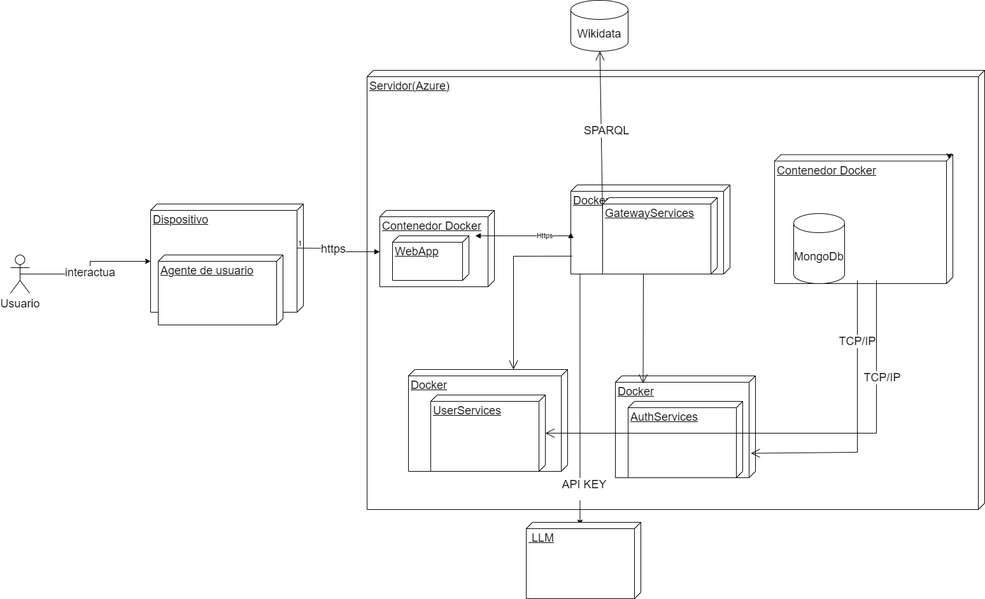
Earlier version of the draw.io export docs/images/07-diagramaDespliegue.png (Arquisoft/wichat_es5a). Source tidied: cells renumbered, new cells last; positions are measured from the earlier drawing's top-left corner, leaving out a move shared by most shapes.
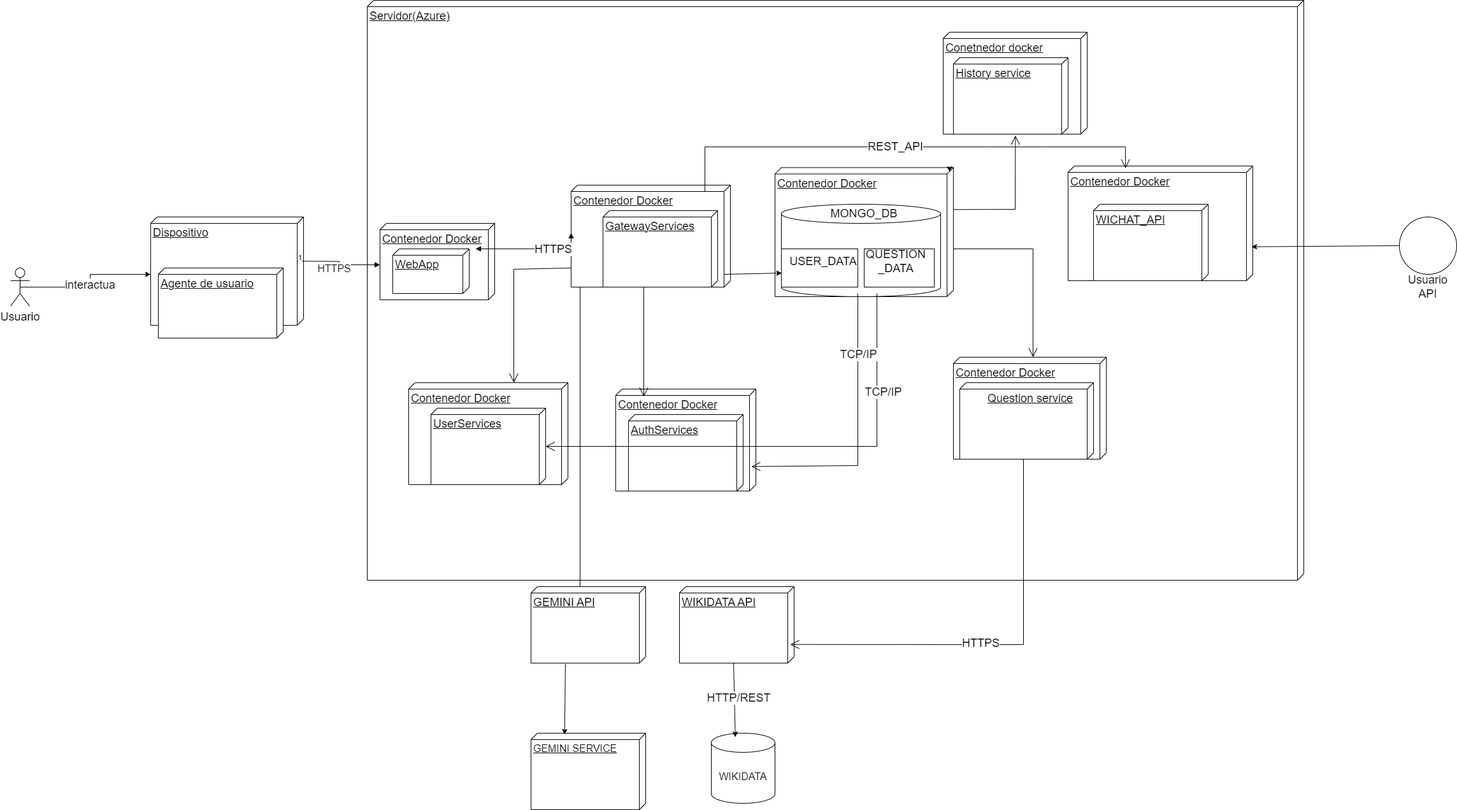
Later version of the same file.

Commit message:
Se ha cambiado el idioma del titulo a español y se han añadido los servicios WiChat API,Wikidata API,Question Service y se distingue entre USER_DATA y QUESTION_DATA en la base de datos.

What changed in the source:
```diff
@@ -14,10 +14,10 @@
     <mxCell id="5" value="&lt;font style=&quot;font-size: 18px;&quot;&gt;interactua&lt;/font&gt;" style="edgeStyle=orthogonalEdgeStyle;rounded=0;jettySize=auto;html=1;exitX=0.5;exitY=0.5;exitDx=0;exitDy=0;exitPerimeter=0;entryX=0;entryY=0;entryDx=90;entryDy=240;entryPerimeter=0;" parent="1" edge="1" source="2" target="3">
       <mxGeometry relative="1" as="geometry" />
     </mxCell>
-    <mxCell id="6" value="&lt;font style=&quot;font-size: 18px;&quot;&gt;Servidor(Azure)&lt;/font&gt;" style="verticalAlign=top;align=left;spacingTop=8;spacingLeft=2;spacingRight=12;shape=cube;size=10;direction=south;fontStyle=4;html=1;whiteSpace=wrap;" parent="1" vertex="1">
-      <mxGeometry x="560" y="110" width="970" height="690" as="geometry" />
+    <mxCell id="6" value="&lt;font style=&quot;font-size: 18px;&quot;&gt;Servidor(Azure)&lt;/font&gt;" style="verticalAlign=top;align=left;spacingTop=8;spacingLeft=2;spacingRight=12;shape=cube;size=10;direction=south;fontStyle=4;html=1;whiteSpace=wrap;fontSize=16;fontFamily=Helvetica;" parent="1" vertex="1">
+      <mxGeometry x="560" y="-20" width="1470" height="910" as="geometry" />
     </mxCell>
-    <mxCell id="7" value="&lt;font style=&quot;font-size: 18px;&quot;&gt;Contenedor Docker&lt;/font&gt;" style="verticalAlign=top;align=left;spacingTop=8;spacingLeft=2;spacingRight=12;shape=cube;size=10;direction=south;fontStyle=4;html=1;whiteSpace=wrap;" parent="1" vertex="1">
+    <mxCell id="7" value="&lt;font style=&quot;font-size: 18px;&quot;&gt;Contenedor &lt;/font&gt;&lt;font style=&quot;font-size: 18px;&quot;&gt;Docker&lt;/font&gt;" style="verticalAlign=top;align=left;spacingTop=8;spacingLeft=2;spacingRight=12;shape=cube;size=10;direction=south;fontStyle=4;html=1;whiteSpace=wrap;" parent="1" vertex="1">
       <mxGeometry x="580" y="330" width="180" height="120" as="geometry" />
     </mxCell>
     <mxCell id="8" value="&lt;font style=&quot;font-size: 18px;&quot;&gt;Contenedor Docker&lt;/font&gt;" style="verticalAlign=top;align=left;spacingTop=8;spacingLeft=2;spacingRight=12;shape=cube;size=10;direction=south;fontStyle=4;html=1;whiteSpace=wrap;" parent="1" vertex="1">
@@ -30,7 +30,7 @@
         </Array>
       </mxGeometry>
     </mxCell>
-    <mxCell id="10" value="&lt;font style=&quot;font-size: 18px;&quot;&gt;API KEY&lt;/font&gt;&lt;div&gt;&lt;br&gt;&lt;/div&gt;" style="edgeLabel;html=1;align=center;verticalAlign=middle;" parent="9" vertex="1">
+    <mxCell id="10" value="&lt;div&gt;&lt;br&gt;&lt;/div&gt;" style="edgeLabel;html=1;align=center;verticalAlign=middle;" parent="9" vertex="1">
       <mxGeometry x="0.54" y="-1" relative="1" as="geometry">
         <mxPoint x="7" y="106" as="offset" />
       </mxGeometry>
@@ -38,12 +38,9 @@
     <mxCell id="11" style="edgeStyle=orthogonalEdgeStyle;rounded=0;orthogonalLoop=1;jettySize=auto;html=1;exitX=0;exitY=0;exitDx=0;exitDy=0;exitPerimeter=0;entryX=0.033;entryY=0.021;entryDx=0;entryDy=0;entryPerimeter=0;" parent="1" edge="1" source="8" target="8">
       <mxGeometry relative="1" as="geometry" />
     </mxCell>
-    <mxCell id="12" value="&lt;font style=&quot;font-size: 18px;&quot;&gt;&amp;nbsp;LLM&lt;/font&gt;" style="verticalAlign=top;align=left;spacingTop=8;spacingLeft=2;spacingRight=12;shape=cube;size=10;direction=south;fontStyle=4;html=1;whiteSpace=wrap;" parent="1" vertex="1">
-      <mxGeometry x="810" y="820" width="180" height="120" as="geometry" />
+    <mxCell id="12" value="&lt;font style=&quot;font-size: 18px;&quot;&gt;GEMINI API&lt;/font&gt;" style="verticalAlign=top;align=left;spacingTop=8;spacingLeft=2;spacingRight=12;shape=cube;size=10;direction=south;fontStyle=4;html=1;whiteSpace=wrap;" parent="1" vertex="1">
+      <mxGeometry x="817" y="900" width="180" height="120" as="geometry" />
     </mxCell>
-    <mxCell id="13" value="&lt;font style=&quot;font-size: 18px;&quot;&gt;Wikidata&lt;/font&gt;" style="shape=cylinder3;whiteSpace=wrap;html=1;boundedLbl=1;backgroundOutline=1;size=15;" parent="1" vertex="1">
-      <mxGeometry x="880" width="90" height="80" as="geometry" />
-    </mxCell>
     <mxCell id="14" style="endArrow=block;endFill=1;html=1;edgeStyle=orthogonalEdgeStyle;align=left;verticalAlign=top;rounded=0;entryX=0;entryY=0;entryDx=65;entryDy=180;entryPerimeter=0;" parent="1" edge="1" target="7">
       <mxGeometry x="-1" relative="1" as="geometry">
         <mxPoint x="450" y="389.3" as="sourcePoint" />
@@ -52,25 +49,25 @@
     <mxCell id="15" value="1" style="edgeLabel;html=1;align=left;verticalAlign=bottom;" parent="14" vertex="1">
       <mxGeometry x="-1" relative="1" as="geometry" />
     </mxCell>
-    <mxCell id="16" value="&lt;font style=&quot;font-size: 18px;&quot;&gt;https&lt;/font&gt;&lt;div&gt;&lt;font size=&quot;3&quot;&gt;&lt;br&gt;&lt;/font&gt;&lt;/div&gt;" style="edgeLabel;html=1;align=center;verticalAlign=middle;" parent="14" vertex="1">
+    <mxCell id="16" value="&lt;div&gt;&lt;font size=&quot;3&quot;&gt;HTTPS&lt;/font&gt;&lt;/div&gt;" style="edgeLabel;html=1;align=center;verticalAlign=middle;" parent="14" vertex="1">
       <mxGeometry x="-0.17" y="2" relative="1" as="geometry">
         <mxPoint y="12" as="offset" />
       </mxGeometry>
     </mxCell>
-    <mxCell id="17" value="&lt;font style=&quot;font-size: 18px;&quot;&gt;MongoDb&lt;/font&gt;" style="shape=cylinder3;whiteSpace=wrap;html=1;boundedLbl=1;backgroundOutline=1;size=15;" parent="1" vertex="1">
-      <mxGeometry x="1230" y="335" width="80" height="110" as="geometry" />
+    <mxCell id="17" style="shape=cylinder3;whiteSpace=wrap;html=1;boundedLbl=1;backgroundOutline=1;size=15;" parent="1" vertex="1">
+      <mxGeometry x="1210" y="300" width="250" height="145" as="geometry" />
     </mxCell>
     <mxCell id="18" value="&lt;font style=&quot;font-size: 18px;&quot;&gt;WebApp&lt;/font&gt;" style="verticalAlign=top;align=left;spacingTop=8;spacingLeft=2;spacingRight=12;shape=cube;size=10;direction=south;fontStyle=4;html=1;whiteSpace=wrap;" parent="1" vertex="1">
       <mxGeometry x="600" y="370" width="120" height="70" as="geometry" />
     </mxCell>
-    <mxCell id="19" value="&lt;font style=&quot;font-size: 18px;&quot;&gt;Docker&lt;/font&gt;" style="verticalAlign=top;align=left;spacingTop=8;spacingLeft=2;spacingRight=12;shape=cube;size=10;direction=south;fontStyle=4;html=1;whiteSpace=wrap;" parent="1" vertex="1">
+    <mxCell id="19" value="&lt;font style=&quot;font-size: 18px;&quot;&gt;Contenedor Docker&lt;/font&gt;" style="verticalAlign=top;align=left;spacingTop=8;spacingLeft=2;spacingRight=12;shape=cube;size=10;direction=south;fontStyle=4;html=1;whiteSpace=wrap;" parent="1" vertex="1">
       <mxGeometry x="625" y="580" width="250" height="160" as="geometry" />
     </mxCell>
-    <mxCell id="20" value="&lt;font style=&quot;font-size: 18px;&quot;&gt;Docker&lt;/font&gt;" style="verticalAlign=top;align=left;spacingTop=8;spacingLeft=2;spacingRight=12;shape=cube;size=10;direction=south;fontStyle=4;html=1;whiteSpace=wrap;" parent="1" vertex="1">
+    <mxCell id="20" value="&lt;font style=&quot;font-size: 18px;&quot;&gt;Contenedor Docker&lt;/font&gt;" style="verticalAlign=top;align=left;spacingTop=8;spacingLeft=2;spacingRight=12;shape=cube;size=10;direction=south;fontStyle=4;html=1;whiteSpace=wrap;" parent="1" vertex="1">
       <mxGeometry x="950" y="590" width="220" height="160" as="geometry" />
     </mxCell>
-    <mxCell id="21" value="&lt;font style=&quot;font-size: 18px;&quot;&gt;Docker&lt;/font&gt;" style="verticalAlign=top;align=left;spacingTop=8;spacingLeft=2;spacingRight=12;shape=cube;size=10;direction=south;fontStyle=4;html=1;whiteSpace=wrap;" parent="1" vertex="1">
-      <mxGeometry x="880" y="290" width="250" height="140" as="geometry" />
+    <mxCell id="21" value="&lt;span style=&quot;font-size: 18px;&quot;&gt;Contenedor Docker&lt;/span&gt;" style="verticalAlign=top;align=left;spacingTop=8;spacingLeft=2;spacingRight=12;shape=cube;size=10;direction=south;fontStyle=4;html=1;whiteSpace=wrap;" parent="1" vertex="1">
+      <mxGeometry x="880" y="270" width="250" height="160" as="geometry" />
     </mxCell>
     <mxCell id="22" style="endArrow=block;startArrow=block;endFill=1;startFill=1;html=1;rounded=0;entryX=0;entryY=0;entryDx=75;entryDy=250.00000000000003;entryPerimeter=0;" parent="1" edge="1" target="21">
       <mxGeometry relative="1" as="geometry">
@@ -80,30 +77,24 @@
         </Array>
       </mxGeometry>
     </mxCell>
-    <mxCell id="23" value="Https" style="edgeLabel;html=1;align=center;verticalAlign=middle;" parent="22" vertex="1">
+    <mxCell id="23" value="&lt;font style=&quot;font-size: 18px;&quot;&gt;HTTPS&lt;/font&gt;" style="edgeLabel;html=1;align=center;verticalAlign=middle;" parent="22" vertex="1">
       <mxGeometry x="0.39" relative="1" as="geometry">
         <mxPoint y="-1" as="offset" />
       </mxGeometry>
     </mxCell>
-    <mxCell id="24" style="endArrow=open;endFill=1;endSize=12;html=1;rounded=0;exitX=0.799;exitY=0.992;exitDx=0;exitDy=0;exitPerimeter=0;" parent="1" edge="1" source="21">
+    <mxCell id="24" style="endArrow=open;endFill=1;endSize=12;html=1;rounded=0;" parent="1" edge="1">
       <mxGeometry relative="1" as="geometry">
+        <mxPoint x="880" y="400" as="sourcePoint" />
         <mxPoint x="790" y="580" as="targetPoint" />
         <Array as="points">
           <mxPoint x="790" y="402" />
         </Array>
       </mxGeometry>
     </mxCell>
-    <mxCell id="25" style="endArrow=open;endFill=1;endSize=12;html=1;rounded=0;" parent="1" edge="1" target="13">
-      <mxGeometry relative="1" as="geometry">
-        <mxPoint x="930" y="340" as="sourcePoint" />
-      </mxGeometry>
-    </mxCell>
-    <mxCell id="26" value="&lt;font style=&quot;font-size: 18px;&quot;&gt;SPARQL&lt;/font&gt;" style="edgeLabel;html=1;align=center;verticalAlign=middle;" parent="25" vertex="1">
-      <mxGeometry x="0.05" y="-7" relative="1" as="geometry" />
-    </mxCell>
-    <mxCell id="27" style="endArrow=open;endFill=1;endSize=12;html=1;rounded=0;entryX=0.073;entryY=0.802;entryDx=0;entryDy=0;entryPerimeter=0;" parent="1" edge="1" target="20">
+    <mxCell id="27" style="endArrow=open;endFill=1;endSize=12;html=1;rounded=0;" parent="1" edge="1">
       <mxGeometry relative="1" as="geometry">
         <mxPoint x="994" y="420" as="sourcePoint" />
+        <mxPoint x="994" y="602" as="targetPoint" />
       </mxGeometry>
     </mxCell>
     <mxCell id="28" value="&lt;font style=&quot;font-size: 18px;&quot;&gt;GatewayServices&lt;/font&gt;" style="verticalAlign=top;align=left;spacingTop=8;spacingLeft=2;spacingRight=12;shape=cube;size=10;direction=south;fontStyle=4;html=1;whiteSpace=wrap;" parent="1" vertex="1">
@@ -139,5 +130,113 @@
         <mxPoint y="1" as="offset" />
       </mxGeometry>
     </mxCell>
+    <mxCell id="35" value="&lt;div&gt;&lt;font style=&quot;font-size: 18px;&quot;&gt;Contenedor Docker&lt;/font&gt;&lt;/div&gt;" style="verticalAlign=top;align=left;spacingTop=8;spacingLeft=2;spacingRight=12;shape=cube;size=10;direction=south;fontStyle=4;html=1;whiteSpace=wrap;" parent="1" vertex="1">
+      <mxGeometry x="1480" y="540" width="240" height="160" as="geometry" />
+    </mxCell>
+    <mxCell id="36" value="&lt;blockquote style=&quot;margin: 0 0 0 40px; border: none; padding: 0px;&quot;&gt;&lt;font style=&quot;font-size: 18px;&quot;&gt;Question service&lt;/font&gt;&lt;/blockquote&gt;" style="verticalAlign=top;align=left;spacingTop=8;spacingLeft=2;spacingRight=12;shape=cube;size=10;direction=south;fontStyle=4;html=1;whiteSpace=wrap;" parent="1" vertex="1">
+      <mxGeometry x="1490" y="580" width="210" height="120" as="geometry" />
+    </mxCell>
+    <mxCell id="37" value="&lt;font style=&quot;font-size: 18px;&quot;&gt;Conetnedor docker&lt;/font&gt;" style="verticalAlign=top;align=left;spacingTop=8;spacingLeft=2;spacingRight=12;shape=cube;size=10;direction=south;fontStyle=4;html=1;whiteSpace=wrap;" parent="1" vertex="1">
+      <mxGeometry x="1464" y="30" width="226" height="160" as="geometry" />
+    </mxCell>
+    <mxCell id="38" value="&lt;font style=&quot;font-size: 18px;&quot;&gt;History service&lt;/font&gt;" style="verticalAlign=top;align=left;spacingTop=8;spacingLeft=2;spacingRight=12;shape=cube;size=10;direction=south;fontStyle=4;html=1;whiteSpace=wrap;" parent="1" vertex="1">
+      <mxGeometry x="1480" y="70" width="180" height="120" as="geometry" />
+    </mxCell>
+    <mxCell id="39" style="endArrow=open;endFill=1;endSize=12;html=1;rounded=0;entryX=1.019;entryY=0.459;entryDx=0;entryDy=0;entryPerimeter=0;" parent="1" edge="1" target="38">
+      <mxGeometry relative="1" as="geometry">
+        <mxPoint x="1480" y="308.3" as="sourcePoint" />
+        <Array as="points">
+          <mxPoint x="1577" y="308" />
+        </Array>
+      </mxGeometry>
+    </mxCell>
+    <mxCell id="40" style="endArrow=open;endFill=1;endSize=12;html=1;rounded=0;entryX=0;entryY=0;entryDx=0;entryDy=115;entryPerimeter=0;" parent="1" edge="1" target="35">
+      <mxGeometry relative="1" as="geometry">
+        <mxPoint x="1480" y="370" as="sourcePoint" />
+        <Array as="points">
+          <mxPoint x="1605" y="370" />
+        </Array>
+      </mxGeometry>
+    </mxCell>
+    <mxCell id="41" value="&lt;font style=&quot;font-size: 18px;&quot;&gt;Contenedor Docker&lt;/font&gt;" style="verticalAlign=top;align=left;spacingTop=8;spacingLeft=2;spacingRight=12;shape=cube;size=10;direction=south;fontStyle=4;html=1;whiteSpace=wrap;" parent="1" vertex="1">
+      <mxGeometry x="1660" y="240" width="290" height="180" as="geometry" />
+    </mxCell>
+    <mxCell id="42" value="&lt;font style=&quot;font-size: 18px;&quot;&gt;WICHAT_API&lt;/font&gt;" style="verticalAlign=top;align=left;spacingTop=8;spacingLeft=2;spacingRight=12;shape=cube;size=10;direction=south;fontStyle=4;html=1;whiteSpace=wrap;" parent="1" vertex="1">
+      <mxGeometry x="1700" y="300" width="180" height="120" as="geometry" />
+    </mxCell>
+    <mxCell id="43" style="ellipse;whiteSpace=wrap;html=1;" parent="1" vertex="1">
+      <mxGeometry x="2180" y="320" width="90" height="90" as="geometry" />
+    </mxCell>
+    <mxCell id="44" value="&lt;font style=&quot;font-size: 18px;&quot;&gt;Usuario API&lt;/font&gt;" style="text;html=1;align=center;verticalAlign=middle;whiteSpace=wrap;rounded=0;" parent="1" vertex="1">
+      <mxGeometry x="2195" y="415" width="60" height="30" as="geometry" />
+    </mxCell>
+    <mxCell id="45" style="endArrow=classic;html=1;rounded=0;entryX=0.704;entryY=0.007;entryDx=0;entryDy=0;entryPerimeter=0;exitX=0;exitY=0.5;exitDx=0;exitDy=0;" parent="1" edge="1" source="43" target="41">
+      <mxGeometry relative="1" as="geometry" />
+    </mxCell>
+    <mxCell id="46" value="&lt;font style=&quot;font-size: 18px;&quot;&gt;MONGO_DB&lt;/font&gt;" style="text;html=1;align=center;verticalAlign=middle;whiteSpace=wrap;rounded=0;" parent="1" vertex="1">
+      <mxGeometry x="1310" y="300" width="60" height="30" as="geometry" />
+    </mxCell>
+    <mxCell id="47" style="rounded=0;whiteSpace=wrap;html=1;" parent="1" vertex="1">
+      <mxGeometry x="1210" y="370" width="120" height="60" as="geometry" />
+    </mxCell>
+    <mxCell id="48" value="&lt;font style=&quot;font-size: 18px;&quot;&gt;USER_DATA&lt;/font&gt;" style="text;html=1;align=center;verticalAlign=middle;whiteSpace=wrap;rounded=0;" parent="1" vertex="1">
+      <mxGeometry x="1250" y="375" width="52" height="30" as="geometry" />
+    </mxCell>
+    <mxCell id="49" style="rounded=0;whiteSpace=wrap;html=1;" parent="1" vertex="1">
+      <mxGeometry x="1340" y="370" width="110" height="60" as="geometry" />
+    </mxCell>
+    <mxCell id="50" value="&lt;font style=&quot;font-size: 18px;&quot;&gt;QUESTION&lt;/font&gt;&lt;div&gt;&lt;font style=&quot;font-size: 18px;&quot;&gt;_DATA&lt;/font&gt;&lt;/div&gt;" style="text;html=1;align=center;verticalAlign=middle;whiteSpace=wrap;rounded=0;" parent="1" vertex="1">
+      <mxGeometry x="1360" y="375" width="60" height="30" as="geometry" />
+    </mxCell>
+    <mxCell id="51" style="endArrow=classic;html=1;rounded=0;entryX=0.817;entryY=0.962;entryDx=0;entryDy=0;entryPerimeter=0;" parent="1" edge="1" target="8">
+      <mxGeometry relative="1" as="geometry">
+        <mxPoint x="1120" y="410" as="sourcePoint" />
+      </mxGeometry>
+    </mxCell>
+    <mxCell id="52" value="&lt;font style=&quot;font-size: 18px;&quot;&gt;WIKIDATA API&lt;/font&gt;" style="verticalAlign=top;align=left;spacingTop=8;spacingLeft=2;spacingRight=12;shape=cube;size=10;direction=south;fontStyle=4;html=1;whiteSpace=wrap;" parent="1" vertex="1">
+      <mxGeometry x="1050" y="900" width="180" height="120" as="geometry" />
+    </mxCell>
+    <mxCell id="53" style="endArrow=open;endFill=1;endSize=12;html=1;rounded=0;entryX=0.756;entryY=0.033;entryDx=0;entryDy=0;entryPerimeter=0;" parent="1" edge="1" target="52">
+      <mxGeometry relative="1" as="geometry">
+        <mxPoint x="1590" y="700" as="sourcePoint" />
+        <Array as="points">
+          <mxPoint x="1590" y="991" />
+        </Array>
+      </mxGeometry>
+    </mxCell>
+    <mxCell id="54" value="&lt;font style=&quot;font-size: 18px;&quot;&gt;HTTPS&lt;/font&gt;" style="edgeLabel;html=1;align=center;verticalAlign=middle;" parent="53" vertex="1">
+      <mxGeometry x="0.1" y="-4" relative="1" as="geometry" />
+    </mxCell>
+    <mxCell id="55" style="endArrow=open;endFill=1;endSize=12;html=1;rounded=0;entryX=0.02;entryY=0.689;entryDx=0;entryDy=0;entryPerimeter=0;" parent="1" edge="1" target="41">
+      <mxGeometry relative="1" as="geometry">
+        <mxPoint x="1090" y="280" as="sourcePoint" />
+        <Array as="points">
+          <mxPoint x="1090" y="210" />
+          <mxPoint x="1540" y="210" />
+          <mxPoint x="1620" y="210" />
+          <mxPoint x="1750" y="210" />
+        </Array>
+      </mxGeometry>
+    </mxCell>
+    <mxCell id="56" value="&lt;font style=&quot;font-size: 18px;&quot;&gt;REST_API&lt;/font&gt;" style="edgeLabel;html=1;align=center;verticalAlign=middle;" parent="55" vertex="1">
+      <mxGeometry x="-0.04" y="2" relative="1" as="geometry">
+        <mxPoint x="1" as="offset" />
+      </mxGeometry>
+    </mxCell>
+    <mxCell id="57" value="&lt;font size=&quot;3&quot;&gt;GEMINI SERVICE&lt;/font&gt;" style="verticalAlign=top;align=left;spacingTop=8;spacingLeft=2;spacingRight=12;shape=cube;size=10;direction=south;fontStyle=4;html=1;whiteSpace=wrap;" parent="1" vertex="1">
+      <mxGeometry x="817" y="1130" width="180" height="120" as="geometry" />
+    </mxCell>
+    <mxCell id="58" value="&lt;font size=&quot;3&quot;&gt;WIKIDATA&lt;/font&gt;" style="shape=cylinder3;whiteSpace=wrap;html=1;boundedLbl=1;backgroundOutline=1;size=15;" parent="1" vertex="1">
+      <mxGeometry x="1100" y="1130" width="100" height="110" as="geometry" />
+    </mxCell>
+    <mxCell id="59" style="endArrow=classic;html=1;rounded=0;exitX=1.011;exitY=0.7;exitDx=0;exitDy=0;exitPerimeter=0;entryX=0.017;entryY=0.707;entryDx=0;entryDy=0;entryPerimeter=0;" parent="1" edge="1" source="12" target="57">
+      <mxGeometry relative="1" as="geometry" />
+    </mxCell>
+    <mxCell id="60" style="endArrow=classic;html=1;rounded=0;exitX=0;exitY=0;exitDx=120;exitDy=95;exitPerimeter=0;entryX=0.377;entryY=0.055;entryDx=0;entryDy=0;entryPerimeter=0;" parent="1" edge="1" source="52" target="58">
+      <mxGeometry relative="1" as="geometry" />
+    </mxCell>
+    <mxCell id="61" value="&lt;font style=&quot;font-size: 18px;&quot;&gt;HTTP/REST&lt;/font&gt;" style="edgeLabel;html=1;align=center;verticalAlign=middle;" parent="60" vertex="1">
+      <mxGeometry x="-0.08" y="5" relative="1" as="geometry" />
+    </mxCell>
   </root>
 </mxGraphModel>
```
